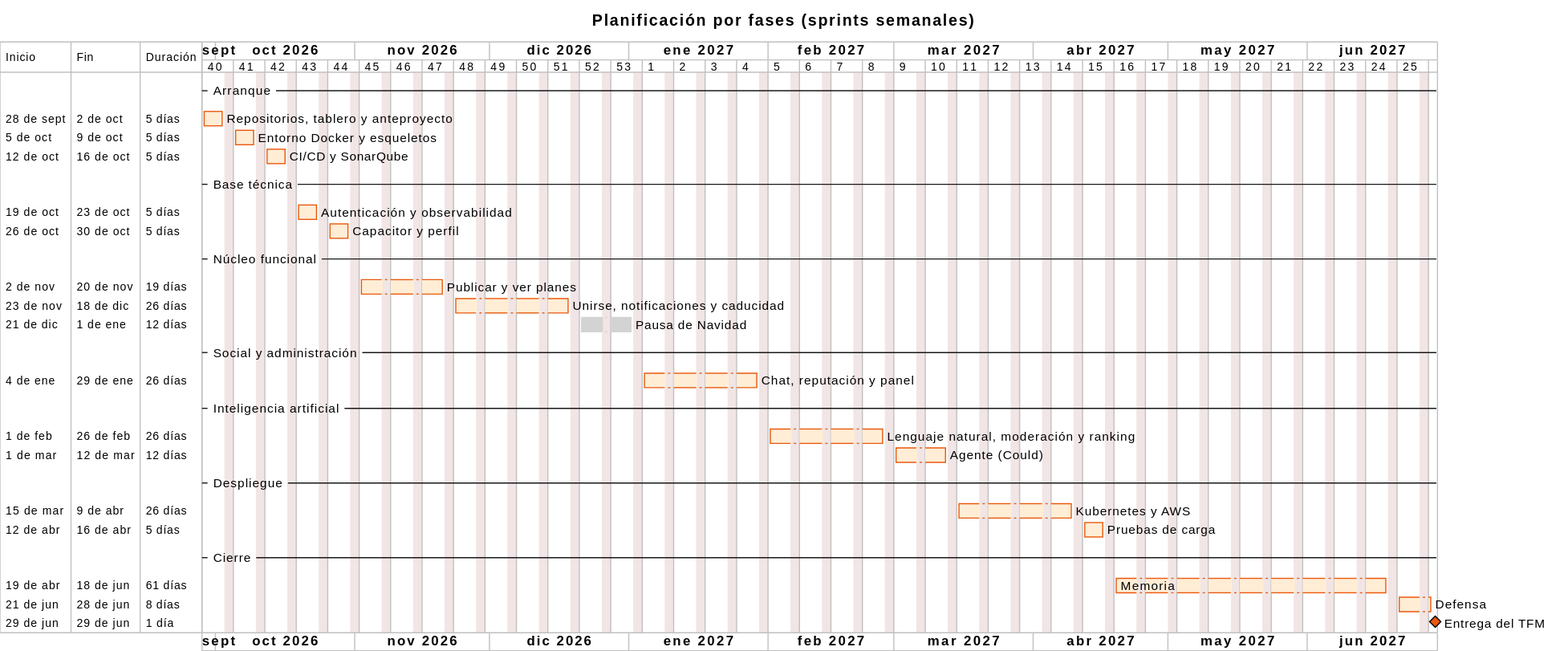
Above: diagramas/procesos/09-planificacion-gantt.svg in chabelly-lbetancourt/oneleft-docs (PlantUML), before the change.
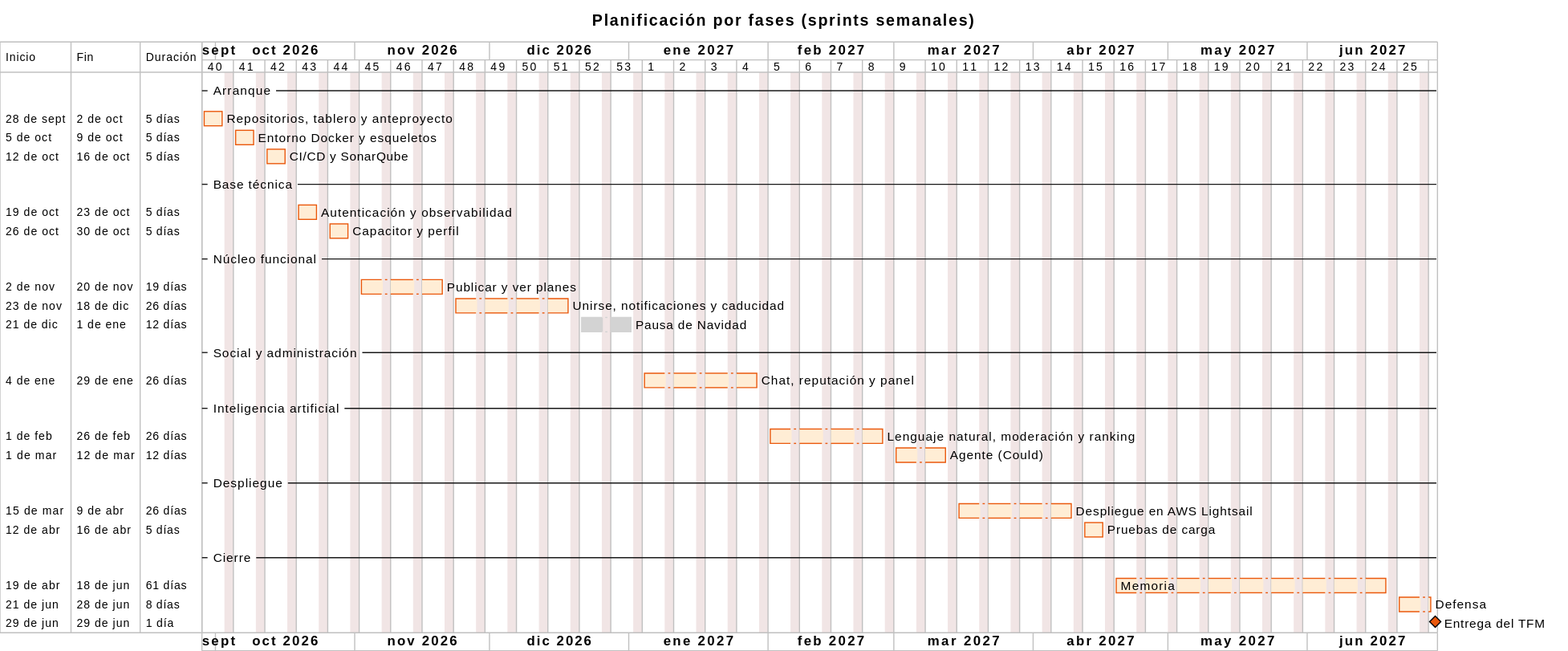
Above is the later version.

The edit, as a diff of the source:
```diff
@@ -40,7 +40,7 @@
 [Agente (Could)] starts 2027-03-01 and lasts 10 days
 
 -- Despliegue --
-[Kubernetes y AWS] starts 2027-03-15 and lasts 20 days
+[Despliegue en AWS Lightsail] starts 2027-03-15 and lasts 20 days
 [Pruebas de carga] starts 2027-04-12 and lasts 5 days
 
 -- Cierre --
```
